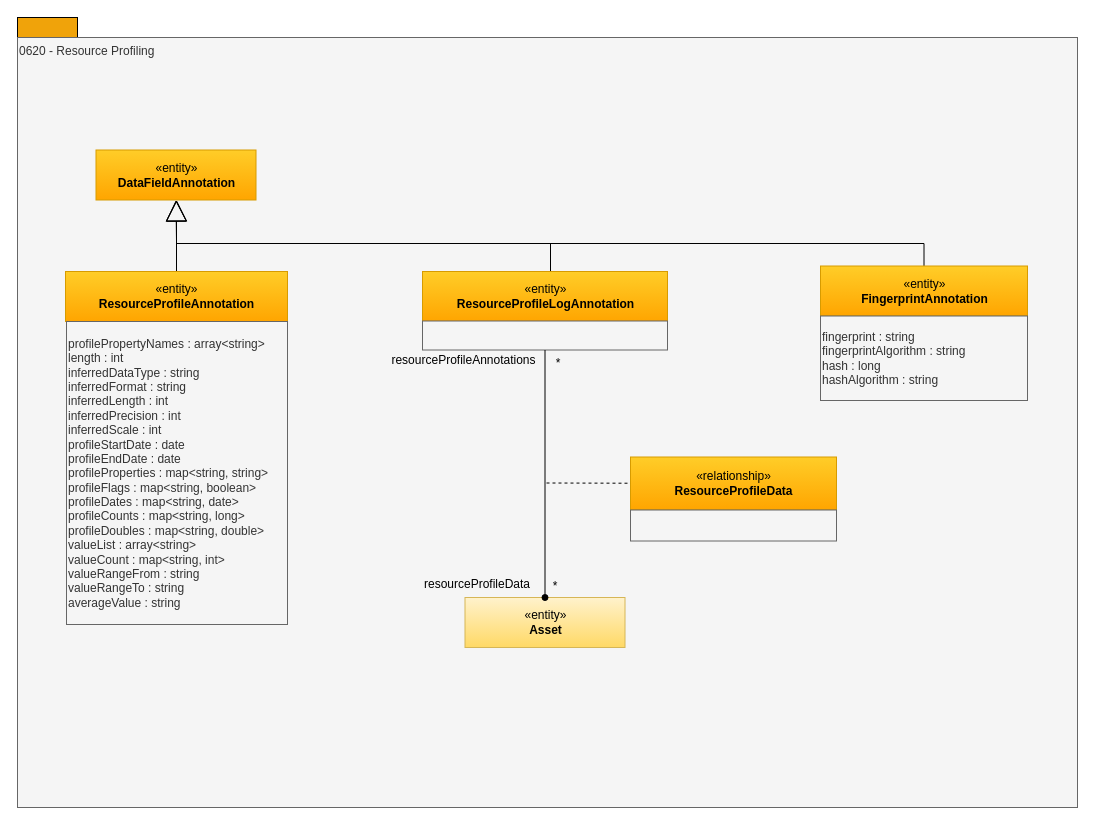
The draw.io diagram page "0620-Resource-Profiling" (6 of 15) of site/docs/types/6/area-6-discovery.drawio in odpi/egeria-docs, before the edit. Source tidied: cells renumbered, new cells numbered last; positions are measured from the earlier drawing's top-left corner, leaving out a move shared by most shapes. Both pictures are drawn from the tidied source at 100%, with x=0, y=0 at pixel (17, 17).
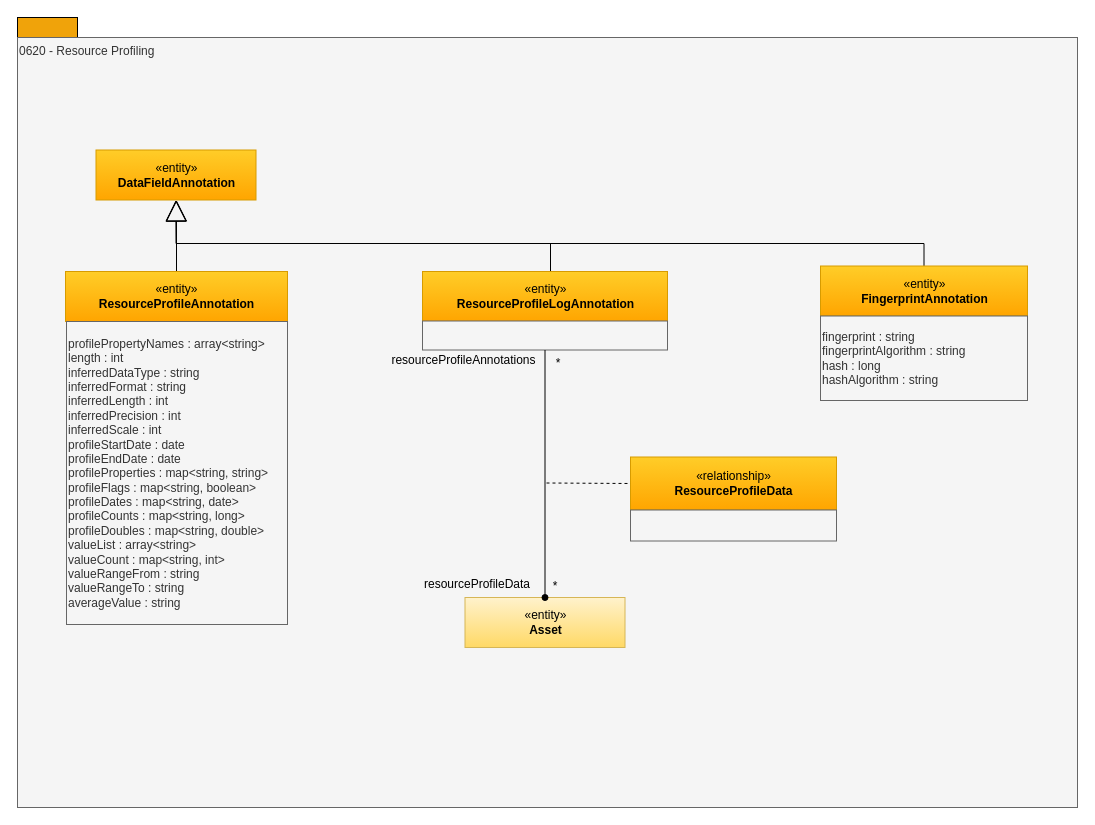
The same page after the edit.

The change refers to these unchanged cells:
```xml
<mxCell id="5" value="«entity»&lt;br&gt;&lt;b&gt;ResourceProfileAnnotation&lt;/b&gt;" style="html=1;strokeColor=#d79b00;align=center;fillColor=#ffcd28;gradientColor=#ffa500;" parent="1" vertex="1">
  <mxGeometry x="48" y="254" width="222" height="50" as="geometry" />
</mxCell>
<mxCell id="7" value="«entity»&lt;br&gt;&lt;b&gt;DataFieldAnnotation&lt;/b&gt;" style="html=1;strokeColor=#d79b00;align=center;fillColor=#ffcd28;gradientColor=#ffa500;" parent="1" vertex="1">
  <mxGeometry x="78.5" y="132.5" width="160" height="50" as="geometry" />
</mxCell>
<mxCell id="10" style="rounded=0;whiteSpace=wrap;html=1;strokeColor=#666666;align=left;fillColor=#f5f5f5;fontColor=#333333;" parent="1" vertex="1">
  <mxGeometry x="405" y="303.5" width="245" height="29" as="geometry" />
</mxCell>
<mxCell id="11" value="«entity»&lt;br&gt;&lt;b&gt;Asset&lt;/b&gt;" style="html=1;strokeColor=#d6b656;align=center;fillColor=#fff2cc;gradientColor=#ffd966;" parent="1" vertex="1">
  <mxGeometry x="447.5" y="580" width="160" height="50" as="geometry" />
</mxCell>
<mxCell id="16" value="«relationship»&lt;br&gt;&lt;b&gt;ResourceProfileData&lt;/b&gt;" style="html=1;strokeColor=#d79b00;align=center;fillColor=#ffcd28;gradientColor=#ffa500;" parent="1" vertex="1">
  <mxGeometry x="613" y="439.5" width="206" height="53" as="geometry" />
</mxCell>
<mxCell id="20" value="«entity»&lt;br&gt;&lt;b&gt;FingerprintAnnotation&lt;/b&gt;" style="html=1;strokeColor=#d79b00;align=center;fillColor=#ffcd28;gradientColor=#ffa500;" parent="1" vertex="1">
  <mxGeometry x="803" y="248.5" width="207" height="50" as="geometry" />
</mxCell>
```

The edit, as a diff of the source:
```diff
@@
-    <mxCell id="4" style="edgeStyle=orthogonalEdgeStyle;rounded=0;jettySize=auto;html=1;endArrow=block;endFill=0;endSize=19;" parent="1" edge="1" source="5" target="7">
+    <mxCell id="4" style="edgeStyle=orthogonalEdgeStyle;rounded=0;jettySize=auto;html=1;endArrow=block;endFill=0;endSize=19;entryX=0.5;entryY=1;entryDx=0;entryDy=0;exitX=0.5;exitY=0;exitDx=0;exitDy=0;" parent="1" edge="1" source="5" target="7">
       <mxGeometry relative="1" as="geometry" />
     </mxCell>
@@
-    <mxCell id="17" style="endArrow=none;dashed=1;html=1;" parent="1" edge="1" target="16">
+    <mxCell id="17" style="endArrow=none;dashed=1;html=1;entryX=0;entryY=0.5;entryDx=0;entryDy=0;" parent="1" edge="1" target="16">
       <mxGeometry relative="1" as="geometry">
         <mxPoint x="529" y="465.5" as="sourcePoint" />
       </mxGeometry>
     </mxCell>
@@
-    <mxCell id="19" style="edgeStyle=orthogonalEdgeStyle;rounded=0;jettySize=auto;html=1;endArrow=block;endFill=0;endSize=19;" parent="1" edge="1" source="20" target="7">
+    <mxCell id="19" style="edgeStyle=orthogonalEdgeStyle;rounded=0;jettySize=auto;html=1;endArrow=block;endFill=0;endSize=19;entryX=0.5;entryY=1;entryDx=0;entryDy=0;exitX=0.5;exitY=0;exitDx=0;exitDy=0;" parent="1" edge="1" source="20" target="7">
       <mxGeometry relative="1" as="geometry">
         <Array as="points">
-          <mxPoint x="907" y="226" />
-          <mxPoint x="159" y="226" />
+          <mxPoint x="906.5" y="226" />
+          <mxPoint x="158.5" y="226" />
         </Array>
       </mxGeometry>
     </mxCell>
@@
-    <mxCell id="22" style="edgeStyle=orthogonalEdgeStyle;rounded=0;html=1;endArrow=none;endFill=0;jettySize=auto;startArrow=oval;startFill=1;" parent="1" edge="1" source="11" target="10">
+    <mxCell id="22" style="edgeStyle=orthogonalEdgeStyle;rounded=0;html=1;endArrow=none;endFill=0;jettySize=auto;startArrow=oval;startFill=1;entryX=0.5;entryY=1;entryDx=0;entryDy=0;exitX=0.5;exitY=0;exitDx=0;exitDy=0;" parent="1" edge="1" source="11" target="10">
       <mxGeometry relative="1" as="geometry" />
     </mxCell>
```
